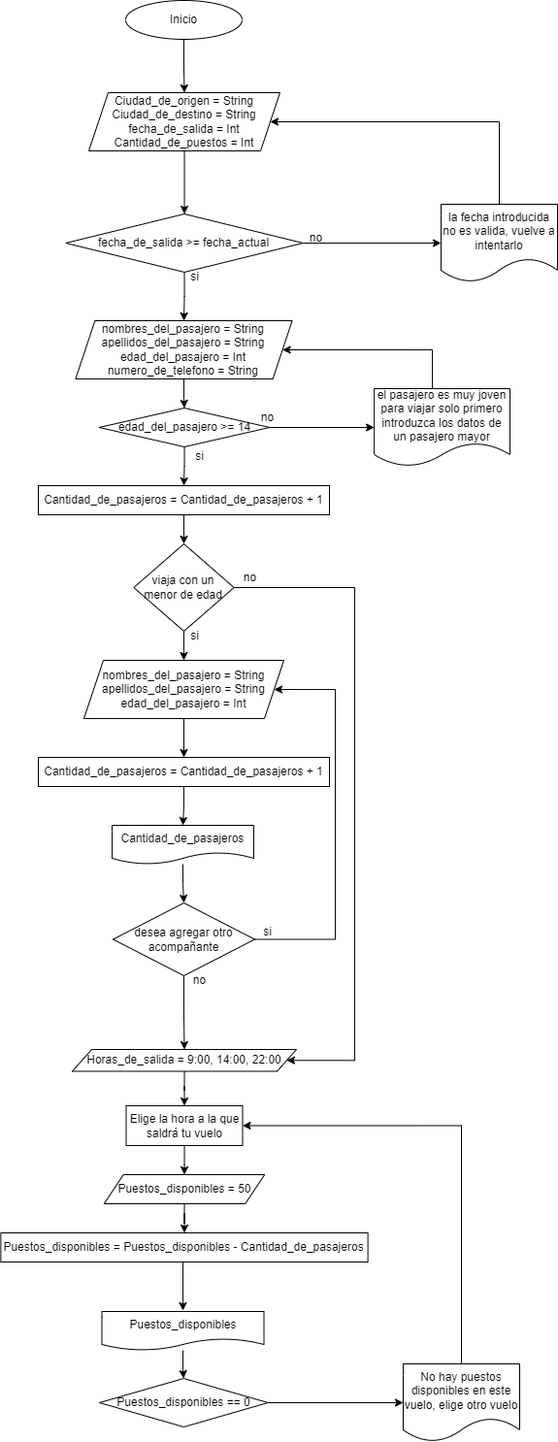
dasamepu/Flujo-de-funciones-para-encapsular-algoritmos keeps this draw.io diagram as Venta de tiquetes.png. Above is the earlier version. Source tidied: cells renumbered, new cells last; positions are measured from the earlier drawing's top-left corner, leaving out a move shared by most shapes.
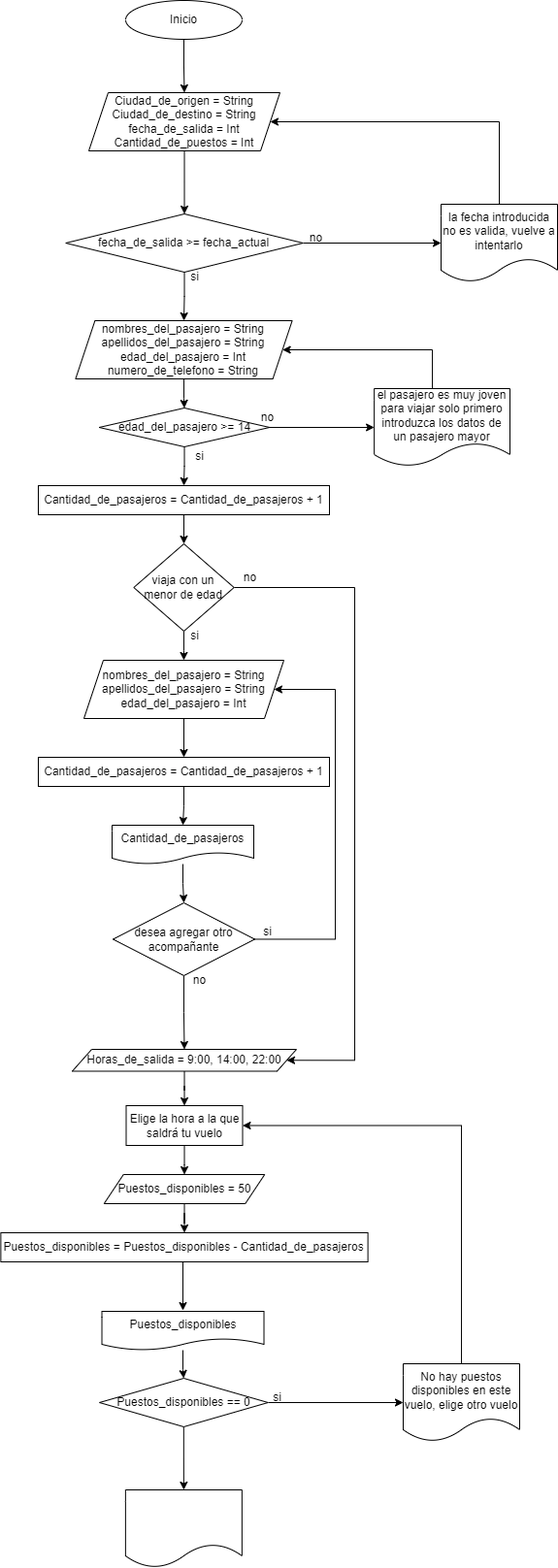
Later version of the same file.

The edit, as a diff of the source:
```diff
@@ -174,6 +174,9 @@
     <mxCell id="50" style="edgeStyle=orthogonalEdgeStyle;rounded=0;jettySize=auto;html=1;" parent="1" edge="1" source="51" target="53">
       <mxGeometry relative="1" as="geometry" />
     </mxCell>
+    <mxCell id="54" style="edgeStyle=orthogonalEdgeStyle;rounded=0;jettySize=auto;html=1;" parent="1" edge="1" source="51" target="56">
+      <mxGeometry relative="1" as="geometry" />
+    </mxCell>
     <mxCell id="51" value="Puestos_disponibles == 0" style="rhombus;whiteSpace=wrap;html=1;" parent="1" vertex="1">
       <mxGeometry x="102" y="1420" width="173.7" height="50" as="geometry" />
     </mxCell>
@@ -187,5 +190,11 @@
     <mxCell id="53" value="No hay puestos disponibles en este vuelo, elige otro vuelo" style="shape=document;whiteSpace=wrap;html=1;boundedLbl=1;" parent="1" vertex="1">
       <mxGeometry x="415" y="1405" width="120" height="80" as="geometry" />
     </mxCell>
+    <mxCell id="55" value="si" style="text;html=1;align=center;verticalAlign=middle;strokeColor=none;fillColor=none;" parent="1" vertex="1">
+      <mxGeometry x="270" y="1425" width="30" height="30" as="geometry" />
+    </mxCell>
+    <mxCell id="56" style="shape=document;whiteSpace=wrap;html=1;boundedLbl=1;" parent="1" vertex="1">
+      <mxGeometry x="128.9" y="1535" width="120" height="80" as="geometry" />
+    </mxCell>
   </root>
 </mxGraphModel>
```
